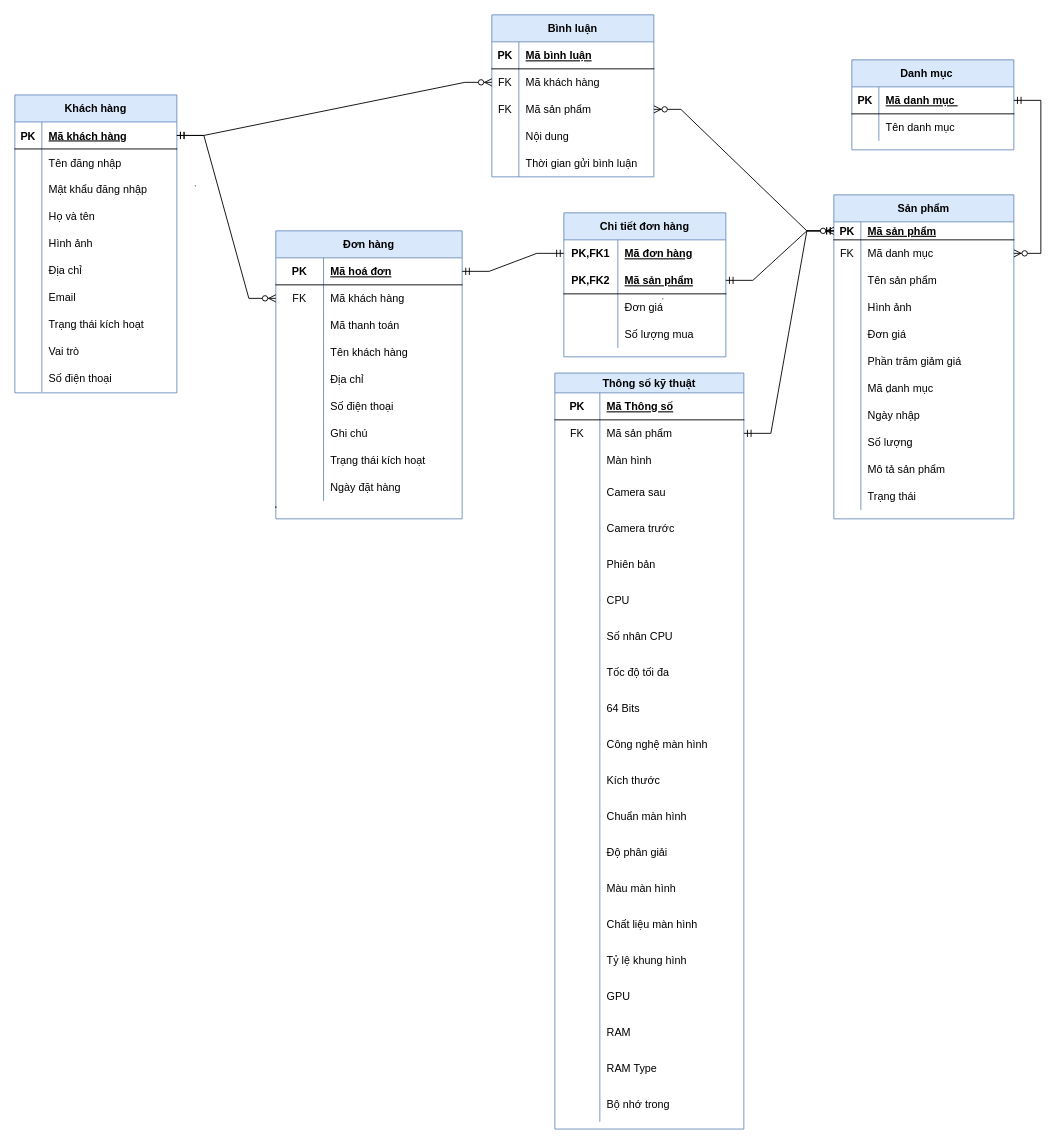
This is Untitled Diagram.drawio from KhoantenKhoan/Team5, a draw.io file, before an edit. Source tidied: cells renumbered, new cells numbered last; positions are measured from the earlier drawing's top-left corner, leaving out a move shared by most shapes. Both pictures are drawn from the tidied source at 90%, with x=0, y=0 at pixel (14, 14).
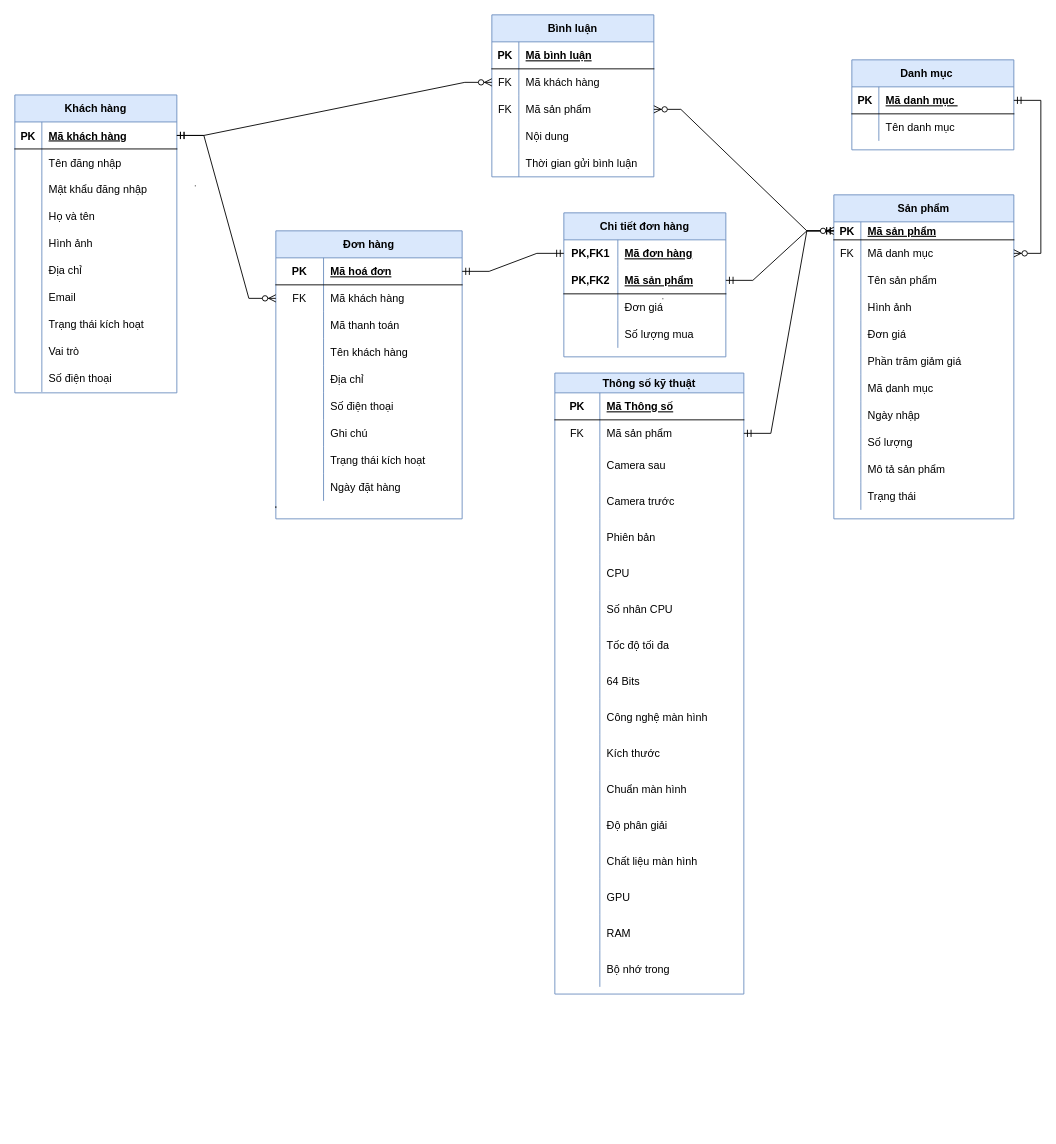
After the change.

Change to the diagram source:
```diff
@@
     <mxCell id="2" value="Thông số kỹ thuật" style="shape=table;startSize=22;childLayout=tableLayout;rowLines=0;fontStyle=1;align=center;fillColor=#dae8fc;strokeColor=#6c8ebf;" parent="1" vertex="1">
-      <mxGeometry x="600" y="398" width="210" height="840" as="geometry" />
+      <mxGeometry x="600" y="398" width="210" height="690" as="geometry" />
     </mxCell>
@@
-    <mxCell id="9" style="shape=partialRectangle;fillColor=none;top=0;left=0;bottom=0;right=0;" parent="2" vertex="1">
-      <mxGeometry y="82" width="210" height="30" as="geometry" />
-    </mxCell>
-    <mxCell id="10" style="shape=partialRectangle;fillColor=none;top=0;left=0;bottom=0;right=0;overflow=hidden;" parent="9" vertex="1">
-      <mxGeometry width="50" height="30" as="geometry" />
-    </mxCell>
-    <mxCell id="11" value="Màn hình" style="shape=partialRectangle;fillColor=none;top=0;left=0;bottom=0;right=0;align=left;spacingLeft=6;overflow=hidden;" parent="9" vertex="1">
-      <mxGeometry x="50" width="160" height="30" as="geometry" />
-    </mxCell>
     <mxCell id="12" style="shape=partialRectangle;fillColor=none;top=0;left=0;bottom=0;right=0;" parent="2" vertex="1">
-      <mxGeometry y="112" width="210" height="40" as="geometry" />
+      <mxGeometry y="82" width="210" height="40" as="geometry" />
     </mxCell>
@@
     <mxCell id="15" style="shape=partialRectangle;fillColor=none;top=0;left=0;bottom=0;right=0;" parent="2" vertex="1">
-      <mxGeometry y="152" width="210" height="40" as="geometry" />
+      <mxGeometry y="122" width="210" height="40" as="geometry" />
     </mxCell>
@@
     <mxCell id="18" style="shape=partialRectangle;fillColor=none;top=0;left=0;bottom=0;right=0;" parent="2" vertex="1">
-      <mxGeometry y="192" width="210" height="40" as="geometry" />
+      <mxGeometry y="162" width="210" height="40" as="geometry" />
     </mxCell>
@@
     <mxCell id="21" style="shape=partialRectangle;fillColor=none;top=0;left=0;bottom=0;right=0;" parent="2" vertex="1">
-      <mxGeometry y="232" width="210" height="40" as="geometry" />
+      <mxGeometry y="202" width="210" height="40" as="geometry" />
     </mxCell>
@@
     <mxCell id="24" style="shape=partialRectangle;fillColor=none;top=0;left=0;bottom=0;right=0;" parent="2" vertex="1">
-      <mxGeometry y="272" width="210" height="40" as="geometry" />
+      <mxGeometry y="242" width="210" height="40" as="geometry" />
     </mxCell>
@@
     <mxCell id="27" style="shape=partialRectangle;fillColor=none;top=0;left=0;bottom=0;right=0;" parent="2" vertex="1">
-      <mxGeometry y="312" width="210" height="40" as="geometry" />
+      <mxGeometry y="282" width="210" height="40" as="geometry" />
     </mxCell>
@@
     <mxCell id="30" style="shape=partialRectangle;fillColor=none;top=0;left=0;bottom=0;right=0;" parent="2" vertex="1">
-      <mxGeometry y="352" width="210" height="40" as="geometry" />
+      <mxGeometry y="322" width="210" height="40" as="geometry" />
     </mxCell>
@@
     <mxCell id="33" style="shape=partialRectangle;fillColor=none;top=0;left=0;bottom=0;right=0;" parent="2" vertex="1">
-      <mxGeometry y="392" width="210" height="40" as="geometry" />
+      <mxGeometry y="362" width="210" height="40" as="geometry" />
     </mxCell>
@@
     <mxCell id="36" style="shape=partialRectangle;fillColor=none;top=0;left=0;bottom=0;right=0;" parent="2" vertex="1">
-      <mxGeometry y="432" width="210" height="40" as="geometry" />
+      <mxGeometry y="402" width="210" height="40" as="geometry" />
     </mxCell>
@@
     <mxCell id="39" style="shape=partialRectangle;fillColor=none;top=0;left=0;bottom=0;right=0;" parent="2" vertex="1">
-      <mxGeometry y="472" width="210" height="40" as="geometry" />
+      <mxGeometry y="442" width="210" height="40" as="geometry" />
     </mxCell>
@@
     <mxCell id="42" style="shape=partialRectangle;fillColor=none;top=0;left=0;bottom=0;right=0;" parent="2" vertex="1">
-      <mxGeometry y="512" width="210" height="40" as="geometry" />
+      <mxGeometry y="482" width="210" height="40" as="geometry" />
     </mxCell>
@@
-    <mxCell id="45" style="shape=partialRectangle;fillColor=none;top=0;left=0;bottom=0;right=0;" parent="2" vertex="1">
-      <mxGeometry y="552" width="210" height="40" as="geometry" />
-    </mxCell>
-    <mxCell id="46" style="shape=partialRectangle;fillColor=none;top=0;left=0;bottom=0;right=0;overflow=hidden;" parent="45" vertex="1">
-      <mxGeometry width="50" height="40" as="geometry" />
-    </mxCell>
-    <mxCell id="47" value="Màu màn hình" style="shape=partialRectangle;fillColor=none;top=0;left=0;bottom=0;right=0;align=left;spacingLeft=6;overflow=hidden;" parent="45" vertex="1">
-      <mxGeometry x="50" width="160" height="40" as="geometry" />
-    </mxCell>
     <mxCell id="48" style="shape=partialRectangle;fillColor=none;top=0;left=0;bottom=0;right=0;" parent="2" vertex="1">
-      <mxGeometry y="592" width="210" height="40" as="geometry" />
+      <mxGeometry y="522" width="210" height="40" as="geometry" />
     </mxCell>
@@
-    <mxCell id="51" style="shape=partialRectangle;fillColor=none;top=0;left=0;bottom=0;right=0;" parent="2" vertex="1">
-      <mxGeometry y="632" width="210" height="40" as="geometry" />
-    </mxCell>
-    <mxCell id="52" style="shape=partialRectangle;fillColor=none;top=0;left=0;bottom=0;right=0;overflow=hidden;" parent="51" vertex="1">
-      <mxGeometry width="50" height="40" as="geometry" />
-    </mxCell>
-    <mxCell id="53" value="Tỷ lệ khung hình" style="shape=partialRectangle;fillColor=none;top=0;left=0;bottom=0;right=0;align=left;spacingLeft=6;overflow=hidden;" parent="51" vertex="1">
-      <mxGeometry x="50" width="160" height="40" as="geometry" />
-    </mxCell>
     <mxCell id="54" style="shape=partialRectangle;fillColor=none;top=0;left=0;bottom=0;right=0;" parent="2" vertex="1">
-      <mxGeometry y="672" width="210" height="40" as="geometry" />
+      <mxGeometry y="562" width="210" height="40" as="geometry" />
     </mxCell>
@@
     <mxCell id="57" style="shape=partialRectangle;fillColor=none;top=0;left=0;bottom=0;right=0;" parent="2" vertex="1">
-      <mxGeometry y="712" width="210" height="40" as="geometry" />
+      <mxGeometry y="602" width="210" height="40" as="geometry" />
     </mxCell>
@@
-    <mxCell id="60" style="shape=partialRectangle;fillColor=none;top=0;left=0;bottom=0;right=0;" parent="2" vertex="1">
-      <mxGeometry y="752" width="210" height="40" as="geometry" />
-    </mxCell>
-    <mxCell id="61" style="shape=partialRectangle;fillColor=none;top=0;left=0;bottom=0;right=0;overflow=hidden;" parent="60" vertex="1">
-      <mxGeometry width="50" height="40" as="geometry" />
-    </mxCell>
-    <mxCell id="62" value="RAM Type" style="shape=partialRectangle;fillColor=none;top=0;left=0;bottom=0;right=0;align=left;spacingLeft=6;overflow=hidden;" parent="60" vertex="1">
-      <mxGeometry x="50" width="160" height="40" as="geometry" />
-    </mxCell>
     <mxCell id="63" style="shape=partialRectangle;fillColor=none;top=0;left=0;bottom=0;right=0;" parent="2" vertex="1">
-      <mxGeometry y="792" width="210" height="40" as="geometry" />
+      <mxGeometry y="642" width="210" height="40" as="geometry" />
     </mxCell>
```
